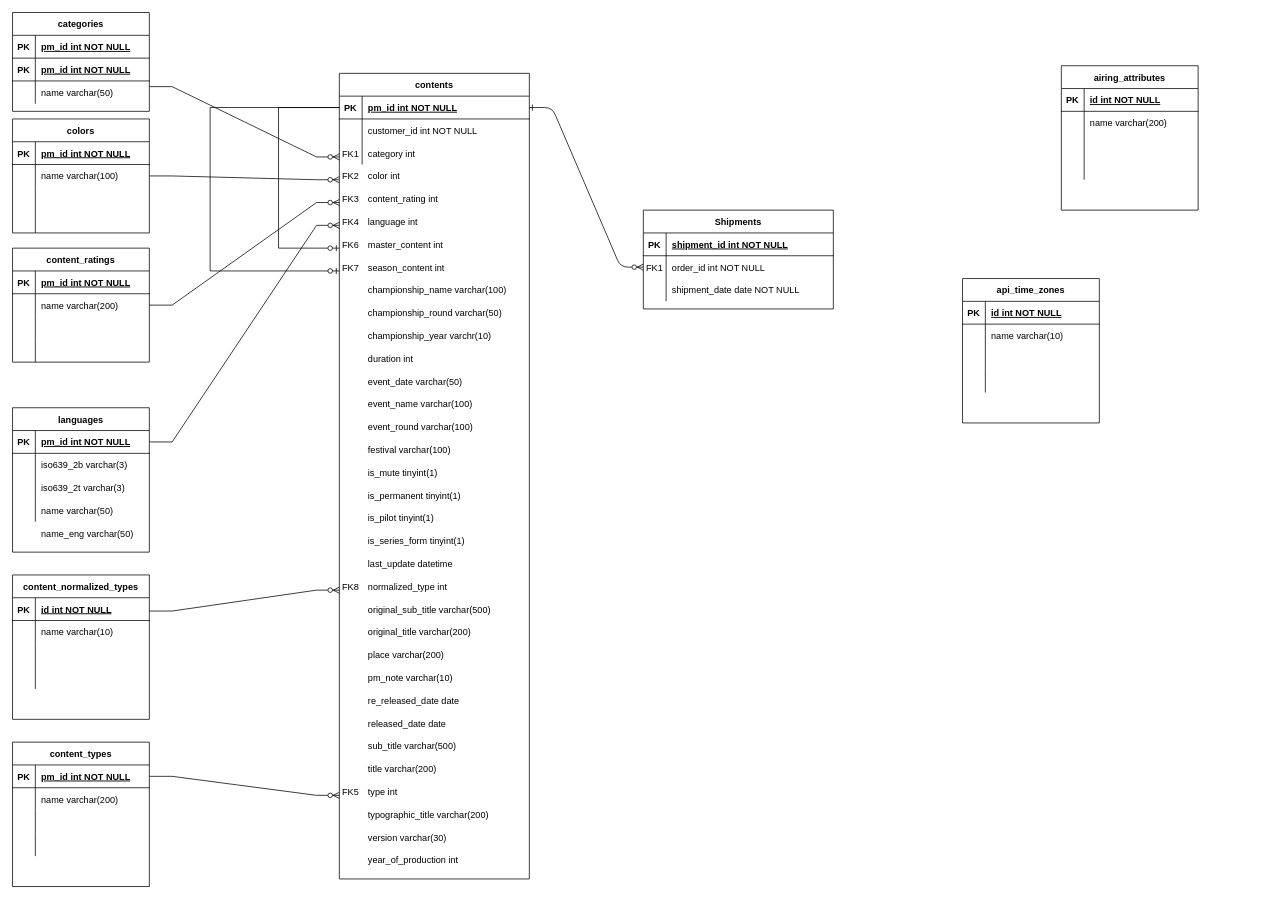
This is Diagramme sans nom.drawio from Amellal/Delomid_Diagrams, a draw.io file, before an edit. Source tidied: cells renumbered, new cells numbered last; positions are measured from the earlier drawing's top-left corner, leaving out a move shared by most shapes. Both pictures are drawn from the tidied source at 76%, with x=0, y=0 at pixel (12, 12).
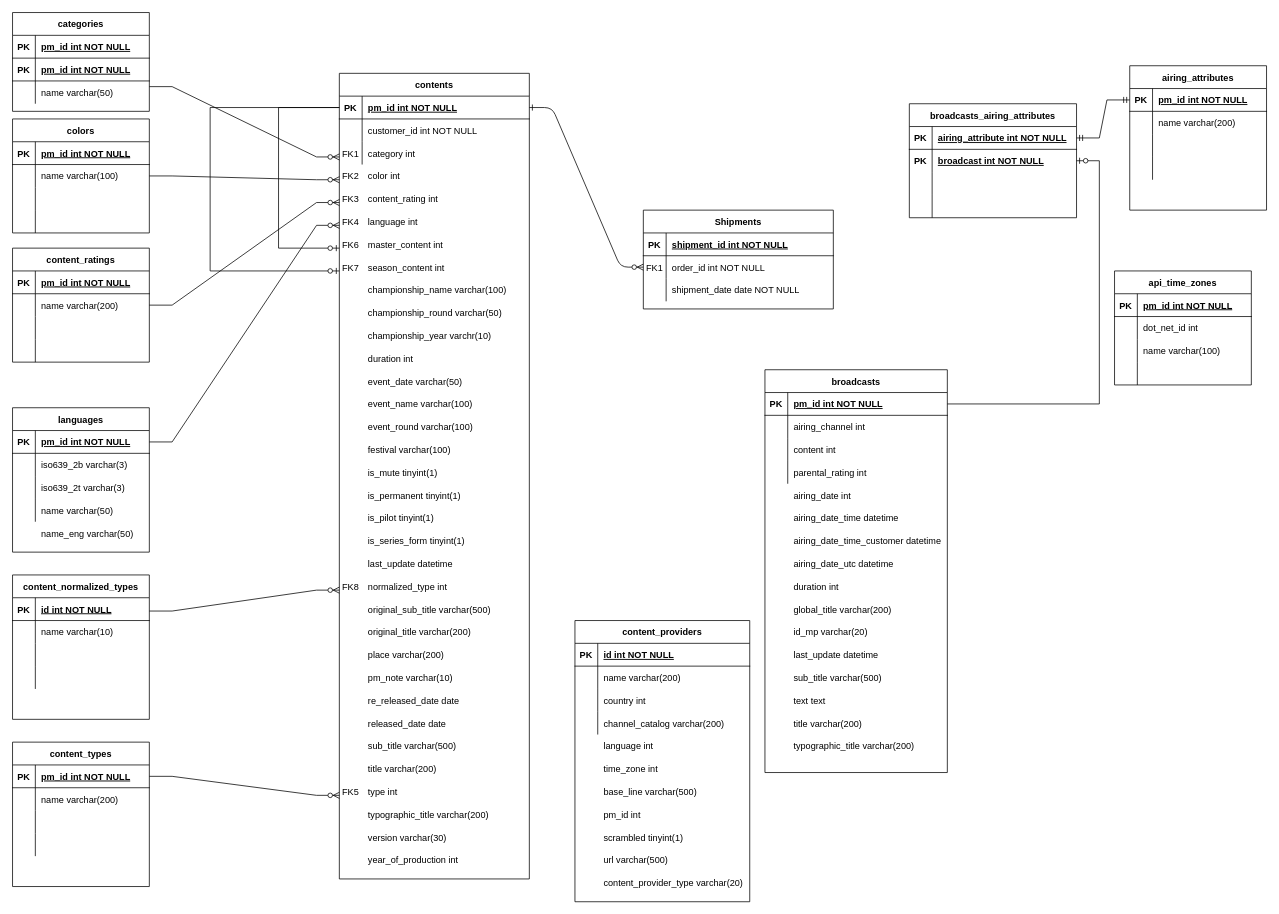
The same page after the edit.

Commit message (it also covers changes not shown here):
Mettre à jour Diagramme sans nom.drawio

The change refers to these unchanged cells:
```xml
<mxCell id="149" style="shape=tableRow;horizontal=0;startSize=0;swimlaneHead=0;swimlaneBody=0;fillColor=none;points=[[0,0.5],[1,0.5]];portConstraint=eastwest;top=0;left=0;right=0;bottom=1;" parent="148" vertex="1">
  <mxGeometry y="30" width="180" height="30" as="geometry" />
</mxCell>
<mxCell id="162" style="shape=tableRow;horizontal=0;startSize=0;swimlaneHead=0;swimlaneBody=0;fillColor=none;top=0;left=0;right=0;bottom=1;" parent="161" vertex="1">
  <mxGeometry y="30" width="180" height="30" as="geometry" />
</mxCell>
<mxCell id="165" style="shape=tableRow;horizontal=0;startSize=0;swimlaneHead=0;swimlaneBody=0;fillColor=none;top=0;left=0;right=0;bottom=0;" parent="161" vertex="1">
  <mxGeometry y="60" width="180" height="30" as="geometry" />
</mxCell>
```

Change to the diagram source:
```diff
@@
     <mxCell id="148" value="airing_attributes" style="shape=table;startSize=30;childLayout=tableLayout;rowLines=0;fontStyle=1;align=center;" parent="1" vertex="1">
-      <mxGeometry x="1380" y="70" width="180" height="190" as="geometry" />
+      <mxGeometry x="1470" y="70" width="180" height="190" as="geometry" />
     </mxCell>
@@
-    <mxCell id="151" value="id int NOT NULL" style="shape=partialRectangle;fillColor=none;top=0;left=0;bottom=0;right=0;align=left;spacingLeft=6;fontStyle=5;overflow=hidden;" parent="149" vertex="1">
+    <mxCell id="151" value="pm_id int NOT NULL" style="shape=partialRectangle;fillColor=none;top=0;left=0;bottom=0;right=0;align=left;spacingLeft=6;fontStyle=5;overflow=hidden;" parent="149" vertex="1">
       <mxGeometry x="30" width="150" height="30" as="geometry" />
     </mxCell>
@@
     <mxCell id="161" value="api_time_zones" style="shape=table;startSize=30;childLayout=tableLayout;rowLines=0;fontStyle=1;align=center;" parent="1" vertex="1">
-      <mxGeometry x="1250" y="350" width="180" height="190" as="geometry" />
+      <mxGeometry x="1450" y="340" width="180" height="150" as="geometry" />
     </mxCell>
@@
-    <mxCell id="164" value="id int NOT NULL" style="shape=partialRectangle;fillColor=none;top=0;left=0;bottom=0;right=0;align=left;spacingLeft=6;fontStyle=5;overflow=hidden;" parent="162" vertex="1">
+    <mxCell id="164" value="pm_id int NOT NULL" style="shape=partialRectangle;fillColor=none;top=0;left=0;bottom=0;right=0;align=left;spacingLeft=6;fontStyle=5;overflow=hidden;" parent="162" vertex="1">
       <mxGeometry x="30" width="150" height="30" as="geometry" />
     </mxCell>
@@
-    <mxCell id="167" value="name varchar(10)" style="shape=partialRectangle;fillColor=none;top=0;left=0;bottom=0;right=0;align=left;spacingLeft=6;overflow=hidden;" parent="165" vertex="1">
+    <mxCell id="167" value="dot_net_id int" style="shape=partialRectangle;fillColor=none;top=0;left=0;bottom=0;right=0;align=left;spacingLeft=6;overflow=hidden;" parent="165" vertex="1">
       <mxGeometry x="30" width="150" height="30" as="geometry" />
     </mxCell>
@@
+    <mxCell id="174" value="name varchar(100)" style="shape=partialRectangle;fillColor=none;top=0;left=0;bottom=0;right=0;align=left;spacingLeft=6;overflow=hidden;" parent="1" vertex="1">
+      <mxGeometry x="1480" y="430" width="150" height="30" as="geometry" />
+    </mxCell>
+    <mxCell id="175" value="broadcasts" style="shape=table;startSize=30;childLayout=tableLayout;rowLines=0;fontStyle=1;align=center;" parent="1" vertex="1">
+      <mxGeometry x="990" y="470" width="240" height="530" as="geometry" />
+    </mxCell>
+    <mxCell id="176" style="shape=tableRow;horizontal=0;startSize=0;swimlaneHead=0;swimlaneBody=0;fillColor=none;points=[[0,0.5],[1,0.5]];portConstraint=eastwest;top=0;left=0;right=0;bottom=1;" parent="175" vertex="1">
+      <mxGeometry y="30" width="240" height="30" as="geometry" />
+    </mxCell>
+    <mxCell id="177" value="PK" style="shape=partialRectangle;fillColor=none;top=0;left=0;bottom=0;right=0;fontStyle=1;overflow=hidden;" parent="176" vertex="1">
+      <mxGeometry width="30" height="30" as="geometry" />
+    </mxCell>
+    <mxCell id="178" value="pm_id int NOT NULL" style="shape=partialRectangle;fillColor=none;top=0;left=0;bottom=0;right=0;align=left;spacingLeft=6;fontStyle=5;overflow=hidden;" parent="176" vertex="1">
+      <mxGeometry x="30" width="210" height="30" as="geometry" />
+    </mxCell>
+    <mxCell id="179" style="shape=tableRow;horizontal=0;startSize=0;swimlaneHead=0;swimlaneBody=0;fillColor=none;top=0;left=0;right=0;bottom=0;" parent="175" vertex="1">
+      <mxGeometry y="60" width="240" height="30" as="geometry" />
+    </mxCell>
+    <mxCell id="180" style="shape=partialRectangle;fillColor=none;top=0;left=0;bottom=0;right=0;overflow=hidden;" parent="179" vertex="1">
+      <mxGeometry width="30" height="30" as="geometry" />
+    </mxCell>
+    <mxCell id="181" value="airing_channel int" style="shape=partialRectangle;fillColor=none;top=0;left=0;bottom=0;right=0;align=left;spacingLeft=6;overflow=hidden;" parent="179" vertex="1">
+      <mxGeometry x="30" width="210" height="30" as="geometry" />
+    </mxCell>
+    <mxCell id="182" style="shape=tableRow;horizontal=0;startSize=0;swimlaneHead=0;swimlaneBody=0;fillColor=none;top=0;left=0;right=0;bottom=0;" parent="175" vertex="1">
+      <mxGeometry y="90" width="240" height="30" as="geometry" />
+    </mxCell>
+    <mxCell id="183" style="shape=partialRectangle;fillColor=none;top=0;left=0;bottom=0;right=0;overflow=hidden;" parent="182" vertex="1">
+      <mxGeometry width="30" height="30" as="geometry" />
+    </mxCell>
+    <mxCell id="184" value="content int" style="shape=partialRectangle;fillColor=none;top=0;left=0;bottom=0;right=0;align=left;spacingLeft=6;overflow=hidden;" parent="182" vertex="1">
+      <mxGeometry x="30" width="210" height="30" as="geometry" />
+    </mxCell>
+    <mxCell id="185" style="shape=tableRow;horizontal=0;startSize=0;swimlaneHead=0;swimlaneBody=0;fillColor=none;top=0;left=0;right=0;bottom=0;" parent="175" vertex="1">
+      <mxGeometry y="120" width="240" height="30" as="geometry" />
+    </mxCell>
+    <mxCell id="186" style="shape=partialRectangle;fillColor=none;top=0;left=0;bottom=0;right=0;overflow=hidden;" parent="185" vertex="1">
+      <mxGeometry width="30" height="30" as="geometry" />
+    </mxCell>
+    <mxCell id="187" value="parental_rating int" style="shape=partialRectangle;fillColor=none;top=0;left=0;bottom=0;right=0;align=left;spacingLeft=6;overflow=hidden;" parent="185" vertex="1">
+      <mxGeometry x="30" width="210" height="30" as="geometry" />
+    </mxCell>
+    <mxCell id="188" value="airing_date int" style="shape=partialRectangle;fillColor=none;top=0;left=0;bottom=0;right=0;align=left;spacingLeft=6;overflow=hidden;" parent="1" vertex="1">
+      <mxGeometry x="1020" y="620" width="150" height="30" as="geometry" />
+    </mxCell>
+    <mxCell id="189" value="airing_date_time datetime" style="shape=partialRectangle;fillColor=none;top=0;left=0;bottom=0;right=0;align=left;spacingLeft=6;overflow=hidden;" parent="1" vertex="1">
+      <mxGeometry x="1020" y="650" width="150" height="30" as="geometry" />
+    </mxCell>
+    <mxCell id="190" value="airing_date_time_customer datetime " style="shape=partialRectangle;fillColor=none;top=0;left=0;bottom=0;right=0;align=left;spacingLeft=6;overflow=hidden;" parent="1" vertex="1">
+      <mxGeometry x="1020" y="680" width="210" height="30" as="geometry" />
+    </mxCell>
+    <mxCell id="191" value="airing_date_utc datetime" style="shape=partialRectangle;fillColor=none;top=0;left=0;bottom=0;right=0;align=left;spacingLeft=6;overflow=hidden;" parent="1" vertex="1">
+      <mxGeometry x="1020" y="710" width="150" height="30" as="geometry" />
+    </mxCell>
+    <mxCell id="192" value="duration int" style="shape=partialRectangle;fillColor=none;top=0;left=0;bottom=0;right=0;align=left;spacingLeft=6;overflow=hidden;" parent="1" vertex="1">
+      <mxGeometry x="1020" y="740" width="150" height="30" as="geometry" />
+    </mxCell>
+    <mxCell id="193" value="global_title varchar(200)" style="shape=partialRectangle;fillColor=none;top=0;left=0;bottom=0;right=0;align=left;spacingLeft=6;overflow=hidden;" parent="1" vertex="1">
+      <mxGeometry x="1020" y="770" width="150" height="30" as="geometry" />
+    </mxCell>
+    <mxCell id="194" value="id_mp varchar(20)" style="shape=partialRectangle;fillColor=none;top=0;left=0;bottom=0;right=0;align=left;spacingLeft=6;overflow=hidden;" parent="1" vertex="1">
+      <mxGeometry x="1020" y="800" width="150" height="30" as="geometry" />
+    </mxCell>
+    <mxCell id="195" value="last_update datetime" style="shape=partialRectangle;fillColor=none;top=0;left=0;bottom=0;right=0;align=left;spacingLeft=6;overflow=hidden;" parent="1" vertex="1">
+      <mxGeometry x="1020" y="830" width="150" height="30" as="geometry" />
+    </mxCell>
+    <mxCell id="196" value="sub_title varchar(500)" style="shape=partialRectangle;fillColor=none;top=0;left=0;bottom=0;right=0;align=left;spacingLeft=6;overflow=hidden;" parent="1" vertex="1">
+      <mxGeometry x="1020" y="860" width="150" height="30" as="geometry" />
+    </mxCell>
+    <mxCell id="197" value="text text" style="shape=partialRectangle;fillColor=none;top=0;left=0;bottom=0;right=0;align=left;spacingLeft=6;overflow=hidden;" parent="1" vertex="1">
+      <mxGeometry x="1020" y="890" width="150" height="30" as="geometry" />
+    </mxCell>
+    <mxCell id="198" value="title varchar(200)" style="shape=partialRectangle;fillColor=none;top=0;left=0;bottom=0;right=0;align=left;spacingLeft=6;overflow=hidden;" parent="1" vertex="1">
+      <mxGeometry x="1020" y="920" width="190" height="30" as="geometry" />
+    </mxCell>
+    <mxCell id="199" value="typographic_title varchar(200)" style="shape=partialRectangle;fillColor=none;top=0;left=0;bottom=0;right=0;align=left;spacingLeft=6;overflow=hidden;" parent="1" vertex="1">
+      <mxGeometry x="1020" y="950" width="190" height="30" as="geometry" />
+    </mxCell>
+    <mxCell id="200" value="content_providers" style="shape=table;startSize=30;childLayout=tableLayout;rowLines=0;fontStyle=1;align=center;" parent="1" vertex="1">
+      <mxGeometry x="740" y="800" width="230" height="370" as="geometry" />
+    </mxCell>
+    <mxCell id="201" style="shape=tableRow;horizontal=0;startSize=0;swimlaneHead=0;swimlaneBody=0;fillColor=none;top=0;left=0;right=0;bottom=1;" parent="200" vertex="1">
+      <mxGeometry y="30" width="230" height="30" as="geometry" />
+    </mxCell>
+    <mxCell id="202" value="PK" style="shape=partialRectangle;fillColor=none;top=0;left=0;bottom=0;right=0;fontStyle=1;overflow=hidden;" parent="201" vertex="1">
+      <mxGeometry width="30" height="30" as="geometry" />
+    </mxCell>
+    <mxCell id="203" value="id int NOT NULL" style="shape=partialRectangle;fillColor=none;top=0;left=0;bottom=0;right=0;align=left;spacingLeft=6;fontStyle=5;overflow=hidden;" parent="201" vertex="1">
+      <mxGeometry x="30" width="200" height="30" as="geometry" />
+    </mxCell>
+    <mxCell id="204" style="shape=tableRow;horizontal=0;startSize=0;swimlaneHead=0;swimlaneBody=0;fillColor=none;top=0;left=0;right=0;bottom=0;" parent="200" vertex="1">
+      <mxGeometry y="60" width="230" height="30" as="geometry" />
+    </mxCell>
+    <mxCell id="205" style="shape=partialRectangle;fillColor=none;top=0;left=0;bottom=0;right=0;overflow=hidden;" parent="204" vertex="1">
+      <mxGeometry width="30" height="30" as="geometry" />
+    </mxCell>
+    <mxCell id="206" value="name varchar(200)" style="shape=partialRectangle;fillColor=none;top=0;left=0;bottom=0;right=0;align=left;spacingLeft=6;overflow=hidden;" parent="204" vertex="1">
+      <mxGeometry x="30" width="200" height="30" as="geometry" />
+    </mxCell>
+    <mxCell id="207" style="shape=tableRow;horizontal=0;startSize=0;swimlaneHead=0;swimlaneBody=0;fillColor=none;top=0;left=0;right=0;bottom=0;" parent="200" vertex="1">
+      <mxGeometry y="90" width="230" height="30" as="geometry" />
+    </mxCell>
+    <mxCell id="208" style="shape=partialRectangle;fillColor=none;top=0;left=0;bottom=0;right=0;overflow=hidden;" parent="207" vertex="1">
+      <mxGeometry width="30" height="30" as="geometry" />
+    </mxCell>
+    <mxCell id="209" value="country int" style="shape=partialRectangle;fillColor=none;top=0;left=0;bottom=0;right=0;align=left;spacingLeft=6;overflow=hidden;" parent="207" vertex="1">
+      <mxGeometry x="30" width="200" height="30" as="geometry" />
+    </mxCell>
+    <mxCell id="210" style="shape=tableRow;horizontal=0;startSize=0;swimlaneHead=0;swimlaneBody=0;fillColor=none;top=0;left=0;right=0;bottom=0;" parent="200" vertex="1">
+      <mxGeometry y="120" width="230" height="30" as="geometry" />
+    </mxCell>
+    <mxCell id="211" style="shape=partialRectangle;fillColor=none;top=0;left=0;bottom=0;right=0;overflow=hidden;" parent="210" vertex="1">
+      <mxGeometry width="30" height="30" as="geometry" />
+    </mxCell>
+    <mxCell id="212" value="channel_catalog varchar(200)" style="shape=partialRectangle;fillColor=none;top=0;left=0;bottom=0;right=0;align=left;spacingLeft=6;overflow=hidden;" parent="210" vertex="1">
+      <mxGeometry x="30" width="200" height="30" as="geometry" />
+    </mxCell>
+    <mxCell id="213" value="language int" style="shape=partialRectangle;fillColor=none;top=0;left=0;bottom=0;right=0;align=left;spacingLeft=6;overflow=hidden;" parent="1" vertex="1">
+      <mxGeometry x="770" y="950" width="150" height="30" as="geometry" />
+    </mxCell>
+    <mxCell id="214" style="shape=tableRow;horizontal=0;startSize=0;swimlaneHead=0;swimlaneBody=0;fillColor=none;top=0;left=0;right=0;bottom=0;" parent="1" vertex="1">
+      <mxGeometry x="770" y="980" width="180" height="30" as="geometry" />
+    </mxCell>
+    <mxCell id="215" style="shape=partialRectangle;fillColor=none;top=0;left=0;bottom=0;right=0;overflow=hidden;" parent="214" vertex="1">
+      <mxGeometry width="30" height="30" as="geometry" />
+    </mxCell>
+    <mxCell id="216" value="time_zone int" style="shape=partialRectangle;fillColor=none;top=0;left=0;bottom=0;right=0;align=left;spacingLeft=6;overflow=hidden;" parent="214" vertex="1">
+      <mxGeometry width="150" height="30" as="geometry" />
+    </mxCell>
+    <mxCell id="217" value="base_line varchar(500)" style="shape=partialRectangle;fillColor=none;top=0;left=0;bottom=0;right=0;align=left;spacingLeft=6;overflow=hidden;" parent="1" vertex="1">
+      <mxGeometry x="770" y="1010" width="150" height="30" as="geometry" />
+    </mxCell>
+    <mxCell id="218" value="pm_id int" style="shape=partialRectangle;fillColor=none;top=0;left=0;bottom=0;right=0;align=left;spacingLeft=6;overflow=hidden;" parent="1" vertex="1">
+      <mxGeometry x="770" y="1040" width="150" height="30" as="geometry" />
+    </mxCell>
+    <mxCell id="219" value="scrambled tinyint(1)" style="shape=partialRectangle;fillColor=none;top=0;left=0;bottom=0;right=0;align=left;spacingLeft=6;overflow=hidden;" parent="1" vertex="1">
+      <mxGeometry x="770" y="1070" width="150" height="30" as="geometry" />
+    </mxCell>
+    <mxCell id="220" value="url varchar(500)" style="shape=partialRectangle;fillColor=none;top=0;left=0;bottom=0;right=0;align=left;spacingLeft=6;overflow=hidden;" parent="1" vertex="1">
+      <mxGeometry x="770" y="1100" width="150" height="30" as="geometry" />
+    </mxCell>
+    <mxCell id="221" value="content_provider_type varchar(20)" style="shape=partialRectangle;fillColor=none;top=0;left=0;bottom=0;right=0;align=left;spacingLeft=6;overflow=hidden;" parent="1" vertex="1">
+      <mxGeometry x="770" y="1130" width="200" height="30" as="geometry" />
+    </mxCell>
+    <mxCell id="222" value="broadcasts_airing_attributes" style="shape=table;startSize=30;childLayout=tableLayout;rowLines=0;fontStyle=1;align=center;" parent="1" vertex="1">
+      <mxGeometry x="1180" y="120" width="220" height="150" as="geometry" />
+    </mxCell>
+    <mxCell id="223" style="shape=tableRow;horizontal=0;startSize=0;swimlaneHead=0;swimlaneBody=0;fillColor=none;points=[[0,0.5],[1,0.5]];portConstraint=eastwest;top=0;left=0;right=0;bottom=1;" parent="222" vertex="1">
+      <mxGeometry y="30" width="220" height="30" as="geometry" />
+    </mxCell>
+    <mxCell id="224" value="PK" style="shape=partialRectangle;fillColor=none;top=0;left=0;bottom=0;right=0;fontStyle=1;overflow=hidden;" parent="223" vertex="1">
+      <mxGeometry width="30" height="30" as="geometry" />
+    </mxCell>
+    <mxCell id="225" value="airing_attribute int NOT NULL" style="shape=partialRectangle;fillColor=none;top=0;left=0;bottom=0;right=0;align=left;spacingLeft=6;fontStyle=5;overflow=hidden;" parent="223" vertex="1">
+      <mxGeometry x="30" width="190" height="30" as="geometry" />
+    </mxCell>
+    <mxCell id="226" style="shape=tableRow;horizontal=0;startSize=0;swimlaneHead=0;swimlaneBody=0;fillColor=none;points=[[0,0.5],[1,0.5]];portConstraint=eastwest;top=0;left=0;right=0;bottom=0;" parent="222" vertex="1">
+      <mxGeometry y="60" width="220" height="30" as="geometry" />
+    </mxCell>
+    <mxCell id="227" style="shape=partialRectangle;fillColor=none;top=0;left=0;bottom=0;right=0;overflow=hidden;" parent="226" vertex="1">
+      <mxGeometry width="30" height="30" as="geometry" />
+    </mxCell>
+    <mxCell id="228" value="broadcast int NOT NULL" style="shape=partialRectangle;fillColor=none;top=0;left=0;bottom=0;right=0;align=left;spacingLeft=6;overflow=hidden;fontStyle=5;" parent="226" vertex="1">
+      <mxGeometry x="30" width="190" height="30" as="geometry" />
+    </mxCell>
+    <mxCell id="229" style="shape=tableRow;horizontal=0;startSize=0;swimlaneHead=0;swimlaneBody=0;fillColor=none;top=0;left=0;right=0;bottom=0;" parent="222" vertex="1">
+      <mxGeometry y="90" width="220" height="30" as="geometry" />
+    </mxCell>
+    <mxCell id="230" style="shape=partialRectangle;fillColor=none;top=0;left=0;bottom=0;right=0;overflow=hidden;" parent="229" vertex="1">
+      <mxGeometry width="30" height="30" as="geometry" />
+    </mxCell>
+    <mxCell id="231" style="shape=partialRectangle;fillColor=none;top=0;left=0;bottom=0;right=0;align=left;spacingLeft=6;overflow=hidden;" parent="229" vertex="1">
+      <mxGeometry x="30" width="190" height="30" as="geometry" />
+    </mxCell>
+    <mxCell id="232" style="shape=tableRow;horizontal=0;startSize=0;swimlaneHead=0;swimlaneBody=0;fillColor=none;top=0;left=0;right=0;bottom=0;" parent="222" vertex="1">
+      <mxGeometry y="120" width="220" height="30" as="geometry" />
+    </mxCell>
+    <mxCell id="233" style="shape=partialRectangle;fillColor=none;top=0;left=0;bottom=0;right=0;overflow=hidden;" parent="232" vertex="1">
+      <mxGeometry width="30" height="30" as="geometry" />
+    </mxCell>
+    <mxCell id="234" style="shape=partialRectangle;fillColor=none;top=0;left=0;bottom=0;right=0;align=left;spacingLeft=6;overflow=hidden;" parent="232" vertex="1">
+      <mxGeometry x="30" width="190" height="30" as="geometry" />
+    </mxCell>
+    <mxCell id="235" value="PK" style="shape=partialRectangle;fillColor=none;top=0;left=0;bottom=0;right=0;fontStyle=1;overflow=hidden;" parent="1" vertex="1">
+      <mxGeometry x="1180" y="180" width="30" height="30" as="geometry" />
+    </mxCell>
+    <mxCell id="236" style="edgeStyle=entityRelationEdgeStyle;fontSize=12;html=1;endArrow=ERmandOne;startArrow=ERmandOne;rounded=0;entryX=0;entryY=0.5;entryDx=0;entryDy=0;exitX=1;exitY=0.5;exitDx=0;exitDy=0;" parent="1" edge="1" source="223" target="149">
+      <mxGeometry relative="1" as="geometry" />
+    </mxCell>
+    <mxCell id="237" style="edgeStyle=entityRelationEdgeStyle;fontSize=12;html=1;endArrow=ERzeroToOne;endFill=1;rounded=0;exitX=1;exitY=0.5;exitDx=0;exitDy=0;" parent="1" edge="1" source="176" target="226">
+      <mxGeometry relative="1" as="geometry" />
+    </mxCell>
```
